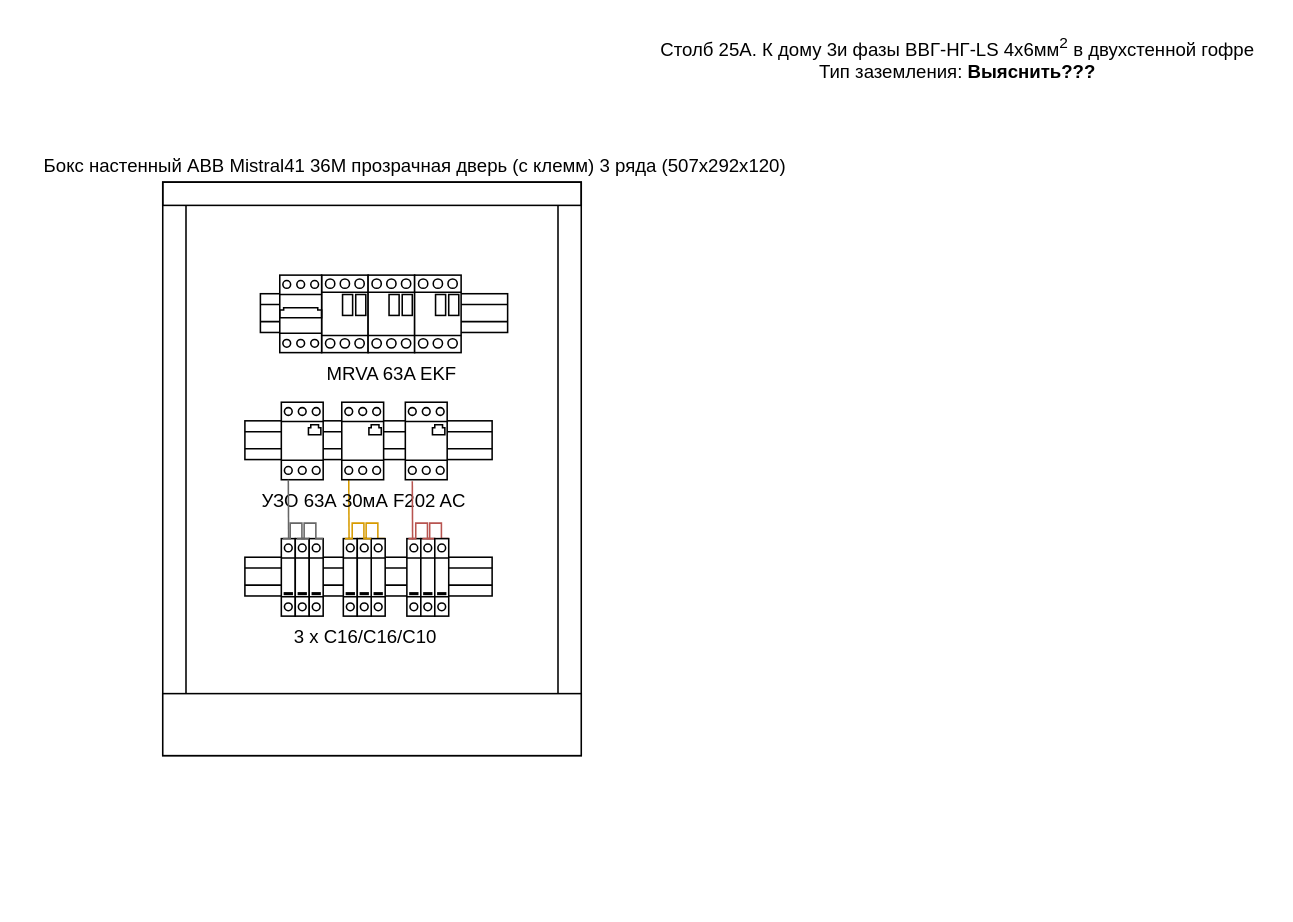
Before: minidom_il.drawio in zcho/zcho.github.io, a draw.io diagram. Source tidied: cells renumbered, new cells numbered last; positions are measured from the earlier drawing's top-left corner, leaving out a move shared by most shapes. Both pictures are drawn from the tidied source at 155%, with x=0, y=0 at pixel (26, 26).
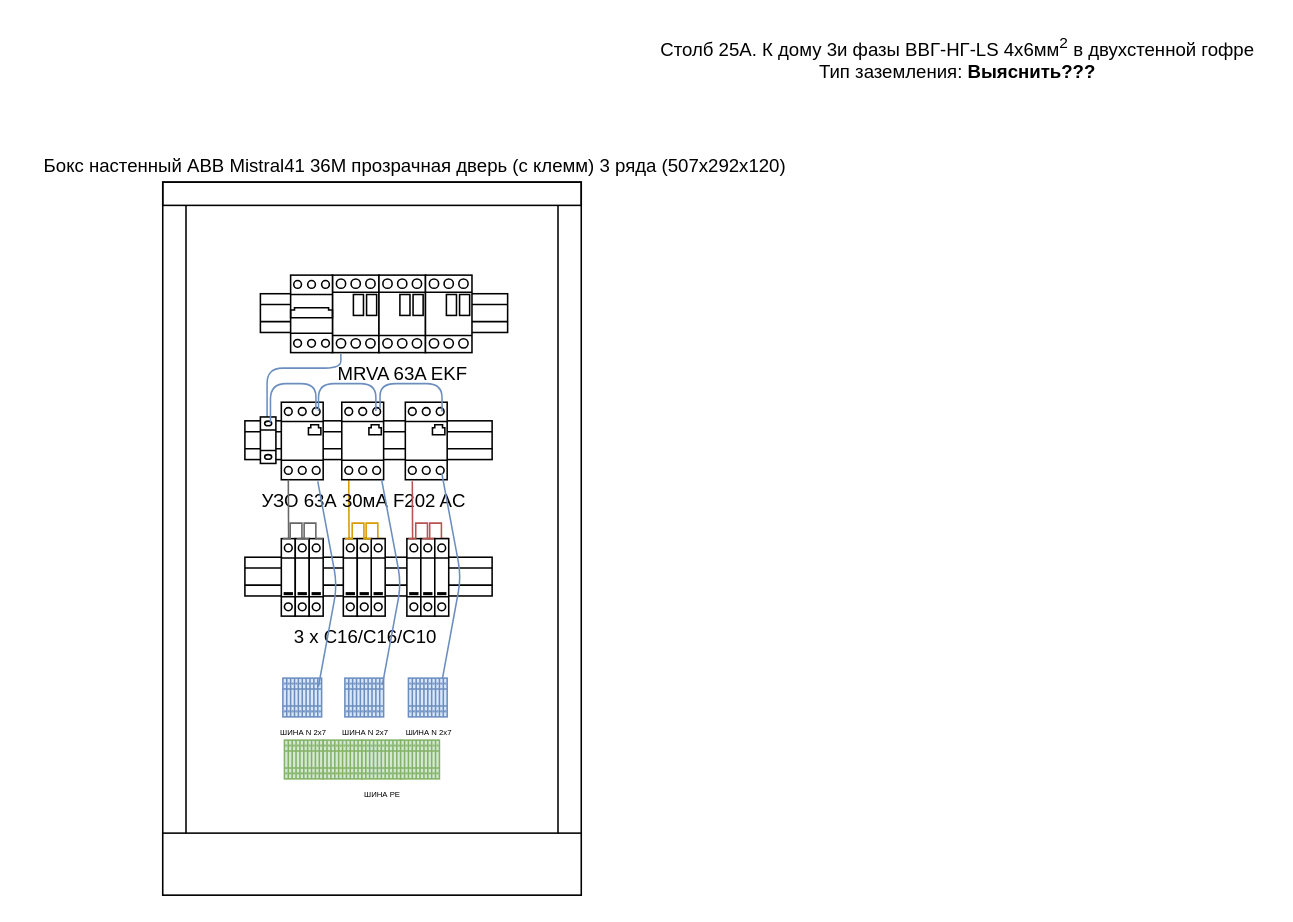
The same page after the edit.

Unchanged cells that the change refers to:
```xml
<mxCell id="16" style="verticalLabelPosition=bottom;dashed=0;shadow=0;html=1;align=center;verticalAlign=top;shape=mxgraph.cabinets.motor_protection_cb;" parent="1" vertex="1">
  <mxGeometry x="164" y="242" width="27" height="50" as="geometry" />
</mxCell>
<mxCell id="17" value="УЗО 63А 30мА F202 AC" style="verticalLabelPosition=bottom;dashed=0;shadow=0;html=1;align=center;verticalAlign=top;shape=mxgraph.cabinets.motor_protection_cb;" parent="1" vertex="1">
  <mxGeometry x="203" y="242" width="27" height="50" as="geometry" />
</mxCell>
<mxCell id="18" style="verticalLabelPosition=bottom;dashed=0;shadow=0;html=1;align=center;verticalAlign=top;shape=mxgraph.cabinets.motor_protection_cb;" parent="1" vertex="1">
  <mxGeometry x="244" y="242" width="27" height="50" as="geometry" />
</mxCell>
```

Change to the diagram source:
```diff
@@
     <mxCell id="2" style="verticalLabelPosition=bottom;dashed=0;shadow=0;html=1;align=center;verticalAlign=top;shape=mxgraph.cabinets.cabinet;hasStand=1;" parent="1" vertex="1">
-      <mxGeometry x="87.5" y="100" width="270" height="370" as="geometry" />
+      <mxGeometry x="87.5" y="100" width="270" height="460" as="geometry" />
     </mxCell>
@@
     <mxCell id="8" style="verticalLabelPosition=bottom;dashed=0;shadow=0;html=1;align=center;verticalAlign=top;shape=mxgraph.cabinets.motor_starter_32_125a;" parent="1" vertex="1">
-      <mxGeometry x="190" y="160" width="30" height="50" as="geometry" />
+      <mxGeometry x="197" y="160" width="30" height="50" as="geometry" />
     </mxCell>
     <mxCell id="9" value="MRVA 63A EKF" style="verticalLabelPosition=bottom;dashed=0;shadow=0;html=1;align=center;verticalAlign=top;shape=mxgraph.cabinets.motor_starter_32_125a;" parent="1" vertex="1">
-      <mxGeometry x="220" y="160" width="30" height="50" as="geometry" />
+      <mxGeometry x="227" y="160" width="30" height="50" as="geometry" />
     </mxCell>
     <mxCell id="10" style="verticalLabelPosition=bottom;dashed=0;shadow=0;html=1;align=center;verticalAlign=top;shape=mxgraph.cabinets.motor_starter_32_125a;" parent="1" vertex="1">
-      <mxGeometry x="250" y="160" width="30" height="50" as="geometry" />
+      <mxGeometry x="257" y="160" width="30" height="50" as="geometry" />
     </mxCell>
@@
     <mxCell id="19" style="verticalLabelPosition=bottom;dashed=0;shadow=0;html=1;align=center;verticalAlign=top;shape=mxgraph.cabinets.cb_3p;" parent="1" vertex="1">
-      <mxGeometry x="163" y="160" width="27" height="50" as="geometry" />
+      <mxGeometry x="170" y="160" width="27" height="50" as="geometry" />
     </mxCell>
@@
+    <mxCell id="33" value="ШИНА N 2x7" style="verticalLabelPosition=bottom;dashed=0;shadow=0;html=1;align=center;verticalAlign=top;shape=mxgraph.cabinets.terminal_4mm2_x10;fontSize=5;fillColor=#dae8fc;strokeColor=#6c8ebf;" parent="1" vertex="1">
+      <mxGeometry x="165" y="420" width="25" height="25" as="geometry" />
+    </mxCell>
+    <mxCell id="34" value="ШИНА N 2x7" style="verticalLabelPosition=bottom;dashed=0;shadow=0;html=1;align=center;verticalAlign=top;shape=mxgraph.cabinets.terminal_4mm2_x10;fontSize=5;fillColor=#dae8fc;strokeColor=#6c8ebf;" parent="1" vertex="1">
+      <mxGeometry x="205" y="420" width="25" height="25" as="geometry" />
+    </mxCell>
+    <mxCell id="35" value="ШИНА N 2x7" style="verticalLabelPosition=bottom;dashed=0;shadow=0;html=1;align=center;verticalAlign=top;shape=mxgraph.cabinets.terminal_4mm2_x10;fontSize=5;fillColor=#dae8fc;strokeColor=#6c8ebf;" parent="1" vertex="1">
+      <mxGeometry x="246" y="420" width="25" height="25" as="geometry" />
+    </mxCell>
+    <mxCell id="36" style="endArrow=none;html=1;fontSize=3;labelBorderColor=none;fillColor=#dae8fc;strokeColor=#6c8ebf;exitX=0.918;exitY=0.216;exitDx=0;exitDy=0;exitPerimeter=0;" parent="1" edge="1" source="33">
+      <mxGeometry relative="1" as="geometry">
+        <mxPoint x="187.5" y="293" as="targetPoint" />
+        <Array as="points">
+          <mxPoint x="200" y="360" />
+        </Array>
+      </mxGeometry>
+    </mxCell>
+    <mxCell id="37" style="endArrow=none;html=1;fontSize=3;labelBorderColor=none;fillColor=#dae8fc;strokeColor=#6c8ebf;exitX=0.918;exitY=0.216;exitDx=0;exitDy=0;exitPerimeter=0;" parent="1" edge="1">
+      <mxGeometry relative="1" as="geometry">
+        <mxPoint x="229.2" y="424.4" as="sourcePoint" />
+        <mxPoint x="228.7" y="292" as="targetPoint" />
+        <Array as="points">
+          <mxPoint x="241.3" y="359" />
+        </Array>
+      </mxGeometry>
+    </mxCell>
+    <mxCell id="38" style="endArrow=none;html=1;fontSize=3;labelBorderColor=none;fillColor=#dae8fc;strokeColor=#6c8ebf;exitX=0.918;exitY=0.216;exitDx=0;exitDy=0;exitPerimeter=0;" parent="1" edge="1">
+      <mxGeometry relative="1" as="geometry">
+        <mxPoint x="268" y="420" as="sourcePoint" />
+        <mxPoint x="267.5" y="287.6" as="targetPoint" />
+        <Array as="points">
+          <mxPoint x="280" y="354.6" />
+        </Array>
+      </mxGeometry>
+    </mxCell>
+    <mxCell id="39" style="endArrow=none;html=1;fontSize=5;exitX=0.433;exitY=0.883;exitDx=0;exitDy=0;exitPerimeter=0;entryX=0.18;entryY=1.019;entryDx=0;entryDy=0;entryPerimeter=0;fillColor=#dae8fc;strokeColor=#6c8ebf;edgeStyle=orthogonalEdgeStyle;" parent="1" edge="1" source="40" target="8">
+      <mxGeometry relative="1" as="geometry">
+        <Array as="points">
+          <mxPoint x="155" y="220" />
+          <mxPoint x="202" y="220" />
+        </Array>
+      </mxGeometry>
+    </mxCell>
+    <mxCell id="40" style="verticalLabelPosition=bottom;dashed=0;shadow=0;html=1;align=center;verticalAlign=top;shape=mxgraph.cabinets.terminal_40mm2;fontSize=5;fillColor=#ffffff;" parent="1" vertex="1">
+      <mxGeometry x="150.5" y="251.5" width="10" height="30" as="geometry" />
+    </mxCell>
+    <mxCell id="41" style="verticalLabelPosition=bottom;dashed=0;shadow=0;html=1;align=center;verticalAlign=top;shape=mxgraph.cabinets.terminal_4mm2_x10;fontSize=5;fillColor=#d5e8d4;strokeColor=#82b366;" parent="1" vertex="1">
+      <mxGeometry x="166" y="460" width="25" height="25" as="geometry" />
+    </mxCell>
+    <mxCell id="42" style="verticalLabelPosition=bottom;dashed=0;shadow=0;html=1;align=center;verticalAlign=top;shape=mxgraph.cabinets.terminal_4mm2_x10;fontSize=5;fillColor=#d5e8d4;strokeColor=#82b366;" parent="1" vertex="1">
+      <mxGeometry x="191" y="460" width="25" height="25" as="geometry" />
+    </mxCell>
+    <mxCell id="43" value="&lt;div&gt;ШИНА PE&lt;/div&gt;&lt;div&gt;&lt;br&gt;&lt;/div&gt;" style="verticalLabelPosition=bottom;dashed=0;shadow=0;html=1;align=center;verticalAlign=top;shape=mxgraph.cabinets.terminal_4mm2_x10;fontSize=5;fillColor=#d5e8d4;strokeColor=#82b366;" parent="1" vertex="1">
+      <mxGeometry x="216" y="460" width="25" height="25" as="geometry" />
+    </mxCell>
+    <mxCell id="44" style="verticalLabelPosition=bottom;dashed=0;shadow=0;html=1;align=center;verticalAlign=top;shape=mxgraph.cabinets.terminal_4mm2_x10;fontSize=5;fillColor=#d5e8d4;strokeColor=#82b366;" parent="1" vertex="1">
+      <mxGeometry x="241" y="460" width="25" height="25" as="geometry" />
+    </mxCell>
+    <mxCell id="45" style="endArrow=none;html=1;fontSize=5;exitX=0.65;exitY=0.117;exitDx=0;exitDy=0;exitPerimeter=0;edgeStyle=elbowEdgeStyle;entryX=0.827;entryY=0.093;entryDx=0;entryDy=0;entryPerimeter=0;fillColor=#dae8fc;strokeColor=#6c8ebf;" parent="1" edge="1" source="40" target="16">
+      <mxGeometry relative="1" as="geometry">
+        <Array as="points">
+          <mxPoint x="170" y="230" />
+        </Array>
+      </mxGeometry>
+    </mxCell>
+    <mxCell id="46" style="endArrow=none;html=1;fontSize=5;exitX=0.889;exitY=0.113;exitDx=0;exitDy=0;exitPerimeter=0;edgeStyle=elbowEdgeStyle;entryX=0.815;entryY=0.113;entryDx=0;entryDy=0;entryPerimeter=0;fillColor=#dae8fc;strokeColor=#6c8ebf;" parent="1" edge="1" source="16" target="17">
+      <mxGeometry relative="1" as="geometry">
+        <Array as="points">
+          <mxPoint x="210" y="230" />
+        </Array>
+      </mxGeometry>
+    </mxCell>
+    <mxCell id="47" style="endArrow=none;html=1;fontSize=5;edgeStyle=elbowEdgeStyle;entryX=0.877;entryY=0.12;entryDx=0;entryDy=0;entryPerimeter=0;fillColor=#dae8fc;strokeColor=#6c8ebf;exitX=0.914;exitY=0.08;exitDx=0;exitDy=0;exitPerimeter=0;" parent="1" edge="1" source="17" target="18">
+      <mxGeometry relative="1" as="geometry">
+        <Array as="points">
+          <mxPoint x="247" y="230" />
+        </Array>
+      </mxGeometry>
+    </mxCell>
```
